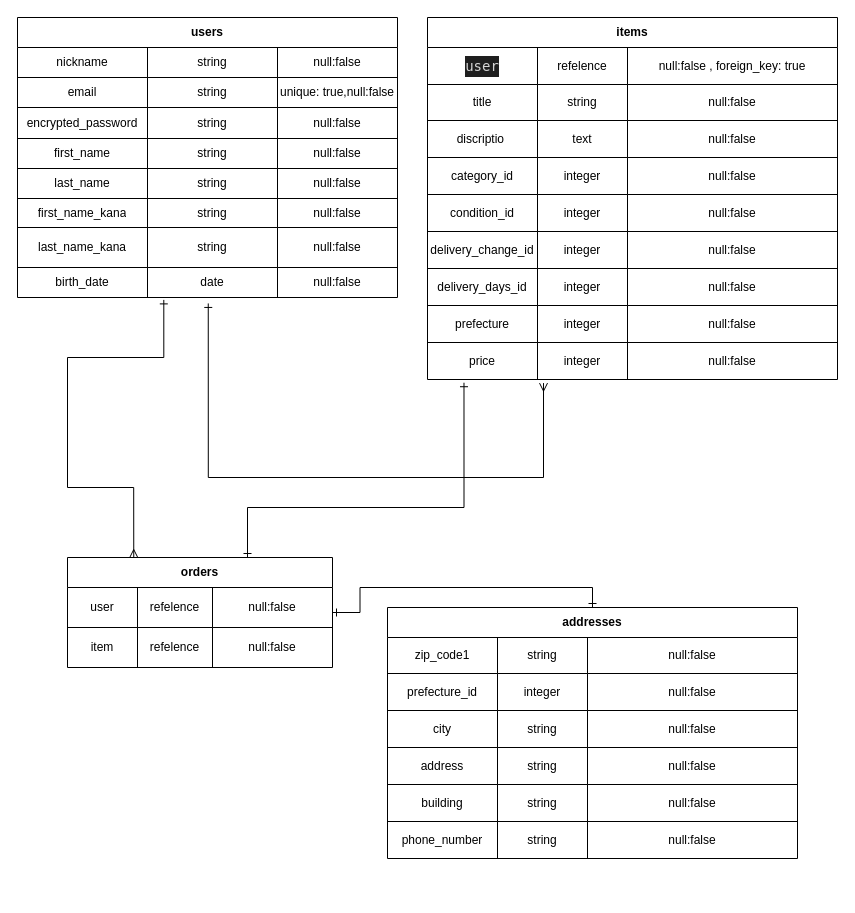
Earlier version of the draw.io diagram er.dio (songman78/furima-34543). Source tidied: cells renumbered, new cells numbered last; positions are measured from the earlier drawing's top-left corner, leaving out a move shared by most shapes. Both pictures are drawn from the tidied source at 100%, with x=0, y=0 at pixel (17, 17).
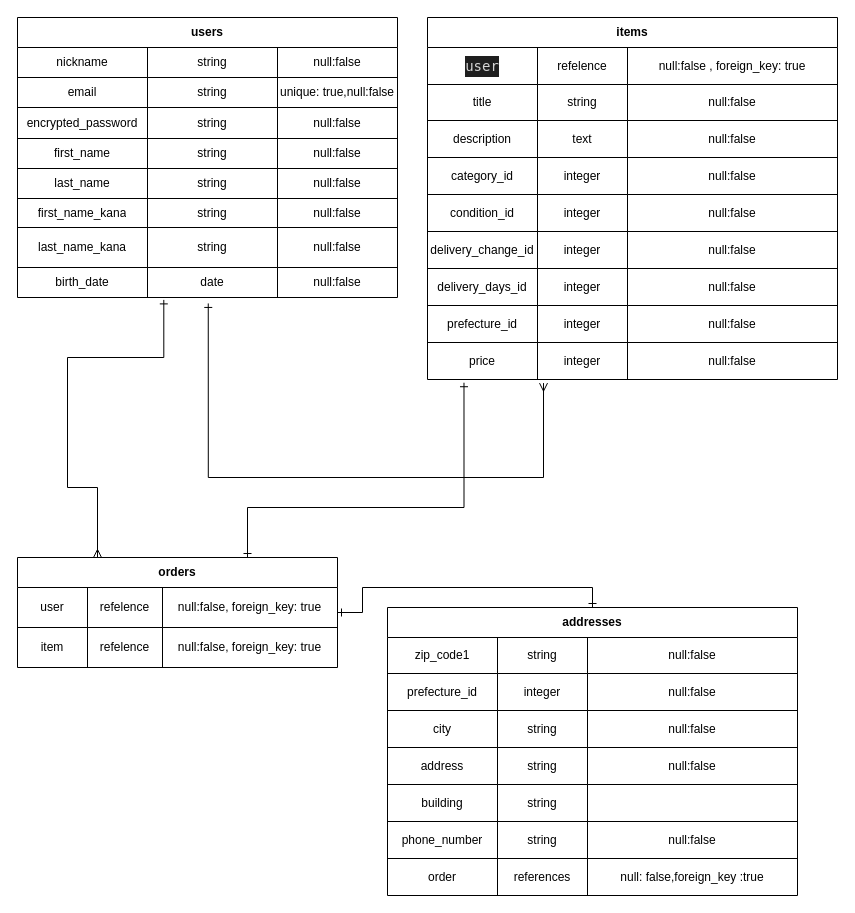
After the change.

Unchanged cells that the change refers to:
```xml
<mxCell id="32" style="shape=partialRectangle;html=1;whiteSpace=wrap;fillColor=none;top=0;left=0;bottom=0;right=0;points=[[0,0.5],[1,0.5]];portConstraint=eastwest;" parent="3" vertex="1">
  <mxGeometry y="250" width="380" height="30" as="geometry" />
</mxCell>
<mxCell id="46" style="shape=partialRectangle;html=1;whiteSpace=wrap;fillColor=none;top=0;left=0;bottom=0;right=0;" parent="37" vertex="1">
  <mxGeometry y="103" width="410" height="37" as="geometry" />
</mxCell>
<mxCell id="66" style="shape=partialRectangle;html=1;whiteSpace=wrap;fillColor=none;top=0;left=0;bottom=0;right=0;" parent="37" vertex="1">
  <mxGeometry y="288" width="410" height="37" as="geometry" />
</mxCell>
<mxCell id="102" style="shape=partialRectangle;html=1;whiteSpace=wrap;fillColor=none;top=0;left=0;bottom=0;right=0;" parent="85" vertex="1">
  <mxGeometry y="177" width="410" height="37" as="geometry" />
</mxCell>
```

What changed in the source:
```diff
@@
-    <mxCell id="47" value="discriptio&amp;nbsp;" style="shape=partialRectangle;html=1;whiteSpace=wrap;fillColor=none;top=0;left=0;bottom=0;right=0;overflow=hidden;" parent="46" vertex="1">
+    <mxCell id="47" value="description" style="shape=partialRectangle;html=1;whiteSpace=wrap;fillColor=none;top=0;left=0;bottom=0;right=0;overflow=hidden;" parent="46" vertex="1">
       <mxGeometry width="110" height="37" as="geometry" />
     </mxCell>
@@
-    <mxCell id="67" value="prefecture" style="shape=partialRectangle;html=1;whiteSpace=wrap;fillColor=none;top=0;left=0;bottom=0;right=0;overflow=hidden;" parent="66" vertex="1">
+    <mxCell id="67" value="prefecture_id" style="shape=partialRectangle;html=1;whiteSpace=wrap;fillColor=none;top=0;left=0;bottom=0;right=0;overflow=hidden;" parent="66" vertex="1">
       <mxGeometry width="110" height="37" as="geometry" />
     </mxCell>
@@
     <mxCell id="74" style="edgeStyle=orthogonalEdgeStyle;rounded=0;jettySize=auto;html=1;startArrow=ERmany;startFill=0;endArrow=ERone;endFill=0;entryX=0.385;entryY=1.08;entryDx=0;entryDy=0;entryPerimeter=0;exitX=0.25;exitY=0;exitDx=0;exitDy=0;" parent="1" edge="1" source="75" target="32">
       <mxGeometry relative="1" as="geometry">
         <Array as="points">
-          <mxPoint x="116" y="470" />
+          <mxPoint x="80" y="470" />
           <mxPoint x="50" y="470" />
           <mxPoint x="50" y="340" />
           <mxPoint x="146" y="340" />
         </Array>
       </mxGeometry>
     </mxCell>
     <mxCell id="75" value="orders" style="shape=table;html=1;whiteSpace=wrap;startSize=30;childLayout=tableLayout;fontStyle=1;align=center;" parent="1" vertex="1">
-      <mxGeometry x="50" y="540" width="265" height="110" as="geometry" />
+      <mxGeometry y="540" width="320" height="110" as="geometry" />
     </mxCell>
     <mxCell id="76" style="shape=partialRectangle;html=1;whiteSpace=wrap;fillColor=none;top=0;left=0;bottom=0;right=0;" parent="75" vertex="1">
-      <mxGeometry y="30" width="265" height="40" as="geometry" />
+      <mxGeometry y="30" width="320" height="40" as="geometry" />
     </mxCell>
@@
-    <mxCell id="79" value="null:false" style="shape=partialRectangle;html=1;whiteSpace=wrap;fillColor=none;top=0;left=0;bottom=0;right=0;overflow=hidden;" parent="76" vertex="1">
-      <mxGeometry x="145" width="120" height="40" as="geometry" />
+    <mxCell id="79" value="null:false, foreign_key: true" style="shape=partialRectangle;html=1;whiteSpace=wrap;fillColor=none;top=0;left=0;bottom=0;right=0;overflow=hidden;" parent="76" vertex="1">
+      <mxGeometry x="145" width="175" height="40" as="geometry" />
     </mxCell>
     <mxCell id="80" style="shape=partialRectangle;html=1;whiteSpace=wrap;fillColor=none;top=0;left=0;bottom=0;right=0;" parent="75" vertex="1">
-      <mxGeometry y="70" width="265" height="40" as="geometry" />
+      <mxGeometry y="70" width="320" height="40" as="geometry" />
     </mxCell>
@@
-    <mxCell id="83" value="null:false" style="shape=partialRectangle;html=1;whiteSpace=wrap;fillColor=none;top=0;left=0;bottom=0;right=0;overflow=hidden;" parent="80" vertex="1">
-      <mxGeometry x="145" width="120" height="40" as="geometry" />
+    <mxCell id="83" value="null:false, foreign_key: true" style="shape=partialRectangle;html=1;whiteSpace=wrap;fillColor=none;top=0;left=0;bottom=0;right=0;overflow=hidden;" parent="80" vertex="1">
+      <mxGeometry x="145" width="175" height="40" as="geometry" />
     </mxCell>
@@
     <mxCell id="85" value="addresses" style="shape=table;html=1;whiteSpace=wrap;startSize=30;childLayout=tableLayout;fontStyle=1;align=center;" parent="1" vertex="1">
-      <mxGeometry x="370" y="590" width="410" height="251" as="geometry" />
+      <mxGeometry x="370" y="590" width="410" height="288" as="geometry" />
     </mxCell>
@@
-    <mxCell id="105" value="null:false" style="shape=partialRectangle;html=1;whiteSpace=wrap;fillColor=none;top=0;left=0;bottom=0;right=0;overflow=hidden;" parent="102" vertex="1">
+    <mxCell id="105" style="shape=partialRectangle;html=1;whiteSpace=wrap;fillColor=none;top=0;left=0;bottom=0;right=0;overflow=hidden;" parent="102" vertex="1">
       <mxGeometry x="200" width="210" height="37" as="geometry" />
     </mxCell>
@@
+    <mxCell id="110" style="shape=partialRectangle;html=1;whiteSpace=wrap;fillColor=none;top=0;left=0;bottom=0;right=0;" parent="85" vertex="1">
+      <mxGeometry y="251" width="410" height="37" as="geometry" />
+    </mxCell>
+    <mxCell id="111" value="order" style="shape=partialRectangle;html=1;whiteSpace=wrap;fillColor=none;top=0;left=0;bottom=0;right=0;overflow=hidden;" parent="110" vertex="1">
+      <mxGeometry width="110" height="37" as="geometry" />
+    </mxCell>
+    <mxCell id="112" value="references" style="shape=partialRectangle;html=1;whiteSpace=wrap;fillColor=none;top=0;left=0;bottom=0;right=0;overflow=hidden;" parent="110" vertex="1">
+      <mxGeometry x="110" width="90" height="37" as="geometry" />
+    </mxCell>
+    <mxCell id="113" value="null: false,foreign_key :true" style="shape=partialRectangle;html=1;whiteSpace=wrap;fillColor=none;top=0;left=0;bottom=0;right=0;overflow=hidden;" parent="110" vertex="1">
+      <mxGeometry x="200" width="210" height="37" as="geometry" />
+    </mxCell>
```
